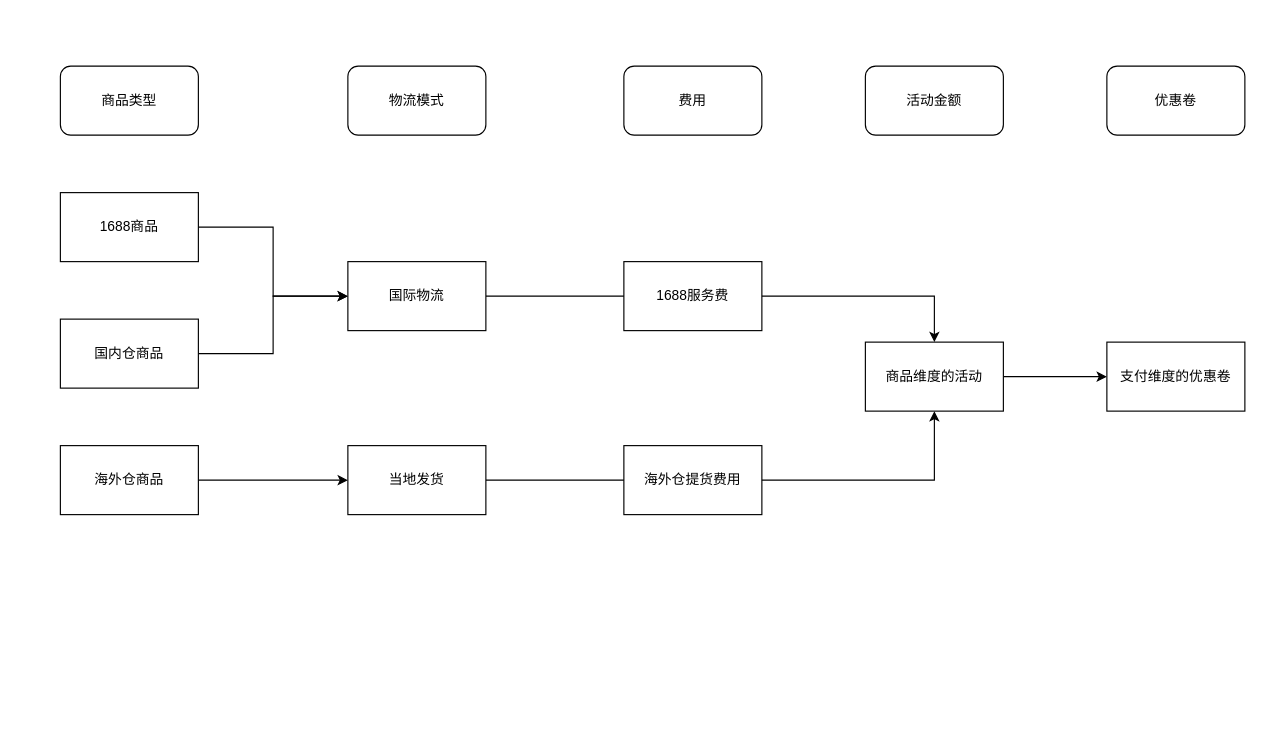
Earlier version of the draw.io diagram orders.drawio (RoastGoose/order-center). Source tidied: cells renumbered, new cells numbered last; positions are measured from the earlier drawing's top-left corner, leaving out a move shared by most shapes. Both pictures are drawn from the tidied source at 115%, with x=0, y=0 at pixel (20, 31).
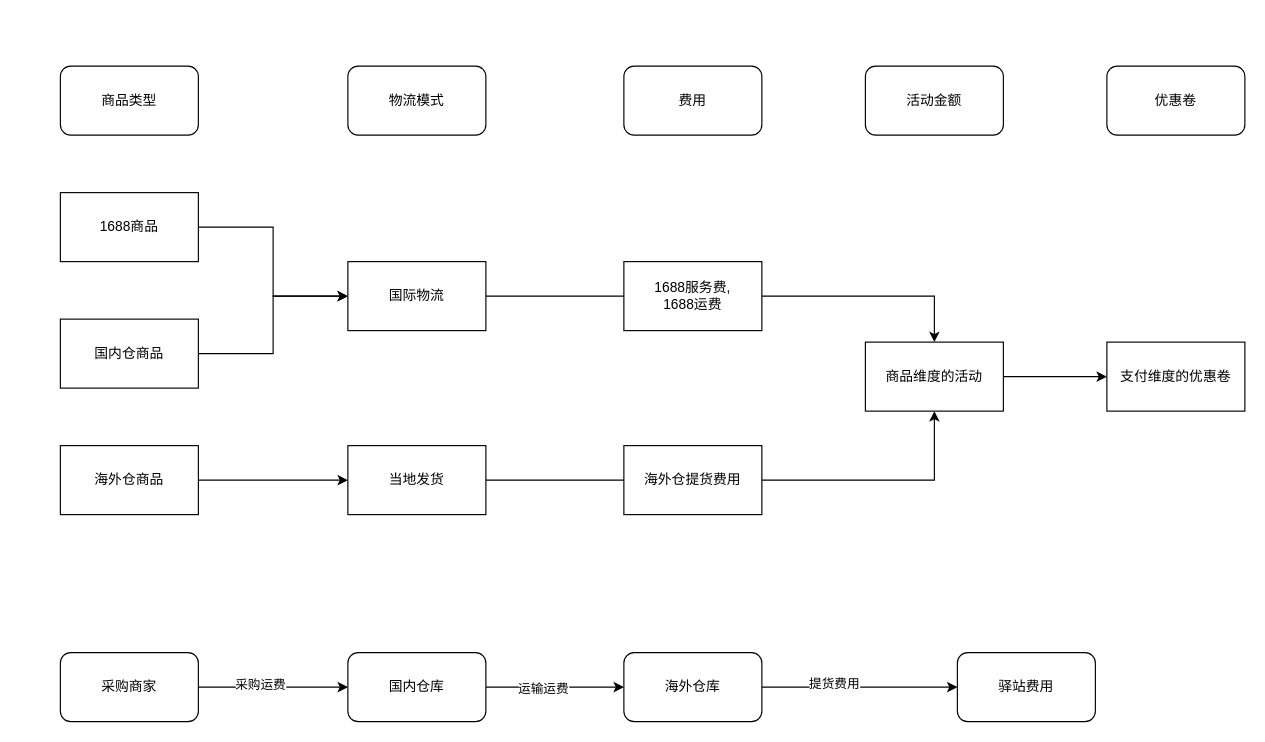
The same diagram, later.

What changed in the source:
```diff
@@
-    <mxCell id="21" value="1688服务费" style="rounded=0;whiteSpace=wrap;html=1;" parent="1" vertex="1">
+    <mxCell id="21" value="1688服务费,&lt;br&gt;1688运费&lt;br&gt;" style="rounded=0;whiteSpace=wrap;html=1;" parent="1" vertex="1">
       <mxGeometry x="525" y="200" width="120" height="60" as="geometry" />
     </mxCell>
@@
+    <mxCell id="23" style="edgeStyle=orthogonalEdgeStyle;rounded=0;jettySize=auto;html=1;" parent="1" edge="1" source="25" target="28">
+      <mxGeometry relative="1" as="geometry" />
+    </mxCell>
+    <mxCell id="24" value="采购运费" style="edgeLabel;html=1;align=center;verticalAlign=middle;" parent="23" vertex="1">
+      <mxGeometry x="-0.18" y="3" relative="1" as="geometry" />
+    </mxCell>
+    <mxCell id="25" value="采购商家" style="rounded=1;whiteSpace=wrap;html=1;" parent="1" vertex="1">
+      <mxGeometry x="35" y="540" width="120" height="60" as="geometry" />
+    </mxCell>
+    <mxCell id="26" style="edgeStyle=orthogonalEdgeStyle;rounded=0;jettySize=auto;html=1;entryX=0;entryY=0.5;entryDx=0;entryDy=0;" parent="1" edge="1" source="28" target="31">
+      <mxGeometry relative="1" as="geometry" />
+    </mxCell>
+    <mxCell id="27" value="运输运费" style="edgeLabel;html=1;align=center;verticalAlign=middle;" parent="26" vertex="1">
+      <mxGeometry x="-0.18" y="-1" relative="1" as="geometry" />
+    </mxCell>
+    <mxCell id="28" value="国内仓库" style="rounded=1;whiteSpace=wrap;html=1;" parent="1" vertex="1">
+      <mxGeometry x="285" y="540" width="120" height="60" as="geometry" />
+    </mxCell>
+    <mxCell id="29" style="edgeStyle=orthogonalEdgeStyle;rounded=0;jettySize=auto;html=1;entryX=0;entryY=0.5;entryDx=0;entryDy=0;" parent="1" edge="1" source="31" target="32">
+      <mxGeometry relative="1" as="geometry">
+        <Array as="points">
+          <mxPoint x="735" y="570" />
+          <mxPoint x="735" y="570" />
+        </Array>
+      </mxGeometry>
+    </mxCell>
+    <mxCell id="30" value="提货费用" style="edgeLabel;html=1;align=center;verticalAlign=middle;" parent="29" vertex="1">
+      <mxGeometry x="-0.27" y="4" relative="1" as="geometry" />
+    </mxCell>
+    <mxCell id="31" value="海外仓库" style="rounded=1;whiteSpace=wrap;html=1;" parent="1" vertex="1">
+      <mxGeometry x="525" y="540" width="120" height="60" as="geometry" />
+    </mxCell>
+    <mxCell id="32" value="驿站费用" style="rounded=1;whiteSpace=wrap;html=1;" parent="1" vertex="1">
+      <mxGeometry x="815" y="540" width="120" height="60" as="geometry" />
+    </mxCell>
```
